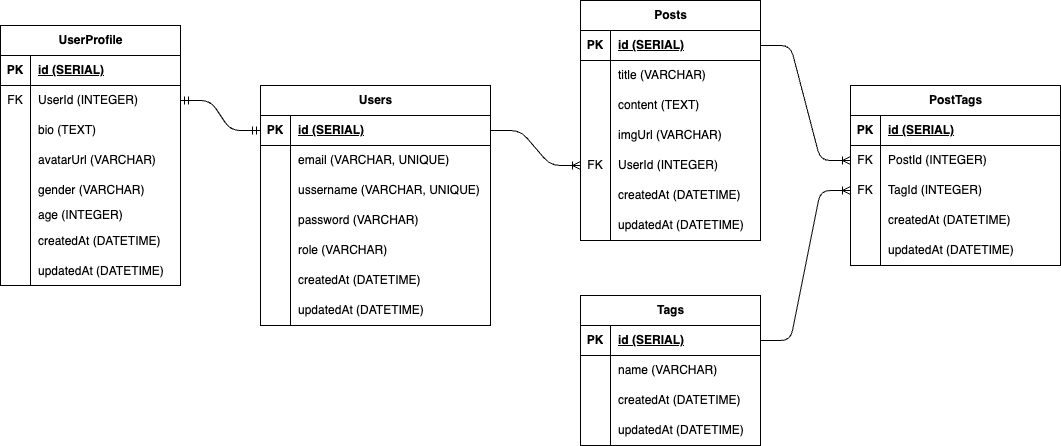
Earlier version of the draw.io export SocialMedia.drawio.png (CanSaragih/SocialMedia-Instagram). Source tidied: cells renumbered, new cells last; positions are measured from the earlier drawing's top-left corner, leaving out a move shared by most shapes.
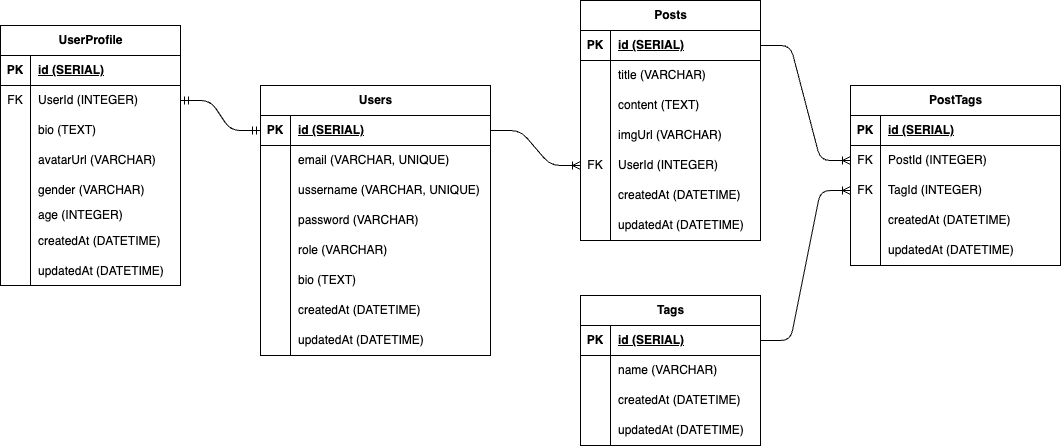
After the commit.

What changed in the source:
```diff
@@ -3,7 +3,7 @@
     <mxCell id="0" />
     <mxCell id="1" parent="0" />
     <mxCell id="2" value="Users" style="shape=table;startSize=30;rowLines=0;fontStyle=1;align=center;html=1;" parent="1" vertex="1">
-      <mxGeometry x="260" y="85" width="230" height="240" as="geometry" />
+      <mxGeometry x="260" y="85" width="230" height="270" as="geometry" />
     </mxCell>
     <mxCell id="3" style="shape=tableRow;horizontal=0;startSize=0;swimlaneHead=0;swimlaneBody=0;fillColor=none;points=[[0,0.5],[1,0.5]];portConstraint=eastwest;top=0;left=0;right=0;bottom=1;" parent="2" vertex="1">
       <mxGeometry y="30" width="230" height="30" as="geometry" />
@@ -56,7 +56,7 @@
     <mxCell id="19" style="shape=partialRectangle;fillColor=none;top=0;left=0;bottom=0;right=0;overflow=hidden;whiteSpace=wrap;html=1;" parent="18" vertex="1">
       <mxGeometry width="30" height="30" as="geometry" />
     </mxCell>
-    <mxCell id="20" value="&lt;span style=&quot;color: rgb(0, 0, 0); text-wrap-mode: nowrap;&quot;&gt;createdAt&amp;nbsp;(DATETIME)&lt;/span&gt;" style="shape=partialRectangle;fillColor=none;top=0;left=0;bottom=0;right=0;align=left;spacingLeft=6;overflow=hidden;whiteSpace=wrap;html=1;" parent="18" vertex="1">
+    <mxCell id="20" value="&lt;span style=&quot;color: rgb(0, 0, 0); text-wrap-mode: nowrap;&quot;&gt;bio (TEXT)&lt;/span&gt;" style="shape=partialRectangle;fillColor=none;top=0;left=0;bottom=0;right=0;align=left;spacingLeft=6;overflow=hidden;whiteSpace=wrap;html=1;" parent="18" vertex="1">
       <mxGeometry x="30" width="200" height="30" as="geometry" />
     </mxCell>
     <mxCell id="21" style="shape=tableRow;horizontal=0;startSize=0;swimlaneHead=0;swimlaneBody=0;fillColor=none;top=0;left=0;right=0;bottom=0;" parent="2" vertex="1">
@@ -65,9 +65,18 @@
     <mxCell id="22" style="shape=partialRectangle;fillColor=none;top=0;left=0;bottom=0;right=0;overflow=hidden;whiteSpace=wrap;html=1;" parent="21" vertex="1">
       <mxGeometry width="30" height="30" as="geometry" />
     </mxCell>
-    <mxCell id="23" value="&lt;span style=&quot;color: rgb(0, 0, 0); text-wrap-mode: nowrap;&quot;&gt;updatedAt (DATETIME)&lt;/span&gt;" style="shape=partialRectangle;fillColor=none;top=0;left=0;bottom=0;right=0;align=left;spacingLeft=6;overflow=hidden;whiteSpace=wrap;html=1;" parent="21" vertex="1">
+    <mxCell id="23" value="&lt;span style=&quot;color: rgb(0, 0, 0); text-wrap-mode: nowrap;&quot;&gt;createdAt (DATETIME)&lt;/span&gt;" style="shape=partialRectangle;fillColor=none;top=0;left=0;bottom=0;right=0;align=left;spacingLeft=6;overflow=hidden;whiteSpace=wrap;html=1;" parent="21" vertex="1">
       <mxGeometry x="30" width="200" height="30" as="geometry" />
     </mxCell>
+    <mxCell id="104" style="shape=tableRow;horizontal=0;startSize=0;swimlaneHead=0;swimlaneBody=0;fillColor=none;top=0;left=0;right=0;bottom=0;" parent="2" vertex="1">
+      <mxGeometry y="240" width="230" height="30" as="geometry" />
+    </mxCell>
+    <mxCell id="105" style="shape=partialRectangle;fillColor=none;top=0;left=0;bottom=0;right=0;overflow=hidden;whiteSpace=wrap;html=1;" parent="104" vertex="1">
+      <mxGeometry width="30" height="30" as="geometry" />
+    </mxCell>
+    <mxCell id="106" value="&lt;span style=&quot;color: rgb(0, 0, 0); text-wrap-mode: nowrap;&quot;&gt;updatedAt (DATETIME)&lt;/span&gt;" style="shape=partialRectangle;fillColor=none;top=0;left=0;bottom=0;right=0;align=left;spacingLeft=6;overflow=hidden;whiteSpace=wrap;html=1;" parent="104" vertex="1">
+      <mxGeometry x="30" width="200" height="30" as="geometry" />
+    </mxCell>
     <mxCell id="24" value="UserProfile" style="shape=table;startSize=30;rowLines=0;fontStyle=1;align=center;html=1;" parent="1" vertex="1">
       <mxGeometry y="25" width="180" height="260" as="geometry" />
     </mxCell>
```
